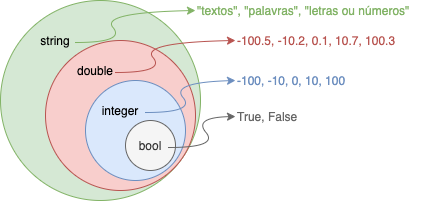
The draw.io diagram imagens/tipos.png in joselitofilho/aulas-programacao-modulo1, before a commit. Source tidied: cells renumbered, new cells last; positions are measured from the earlier drawing's top-left corner, leaving out a move shared by most shapes.
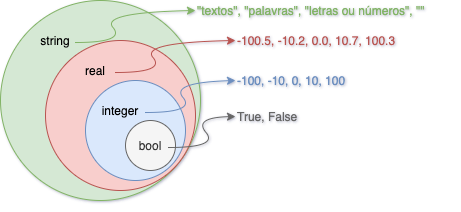
After the change.

The edit, as a diff of the source:
```diff
@@ -17,7 +17,7 @@
     <mxCell id="6" value="string" style="text;html=1;align=center;verticalAlign=middle;whiteSpace=wrap;rounded=0;fillColor=#d5e8d4;" parent="1" vertex="1">
       <mxGeometry x="35" y="30" width="40" height="20" as="geometry" />
     </mxCell>
-    <mxCell id="7" value="double" style="text;html=1;align=center;verticalAlign=middle;whiteSpace=wrap;rounded=0;fillColor=#f8cecc;" parent="1" vertex="1">
+    <mxCell id="7" value="real" style="text;html=1;align=center;verticalAlign=middle;whiteSpace=wrap;rounded=0;fillColor=#f8cecc;" parent="1" vertex="1">
       <mxGeometry x="75" y="60" width="40" height="20" as="geometry" />
     </mxCell>
     <mxCell id="8" value="integer" style="text;html=1;align=center;verticalAlign=middle;whiteSpace=wrap;rounded=0;fillColor=#dae8fc;" parent="1" vertex="1">
@@ -59,7 +59,7 @@
         </Array>
       </mxGeometry>
     </mxCell>
-    <mxCell id="15" value="-100.5, -10.2, 0.1, 10.7, 100.3" style="text;html=1;strokeColor=none;align=left;verticalAlign=middle;whiteSpace=wrap;rounded=0;fontColor=#B85450;" parent="1" vertex="1">
+    <mxCell id="15" value="-100.5, -10.2, 0.0, 10.7, 100.3" style="text;html=1;strokeColor=none;align=left;verticalAlign=middle;whiteSpace=wrap;rounded=0;fontColor=#B85450;" parent="1" vertex="1">
       <mxGeometry x="235" y="30" width="180" height="20" as="geometry" />
     </mxCell>
     <mxCell id="16" style="curved=1;endArrow=classic;html=1;fillColor=#d5e8d4;strokeColor=#82b366;entryX=0;entryY=0.5;entryDx=0;entryDy=0;" parent="1" edge="1" target="17">
@@ -71,8 +71,8 @@
         </Array>
       </mxGeometry>
     </mxCell>
-    <mxCell id="17" value="&quot;textos&quot;, &quot;palavras&quot;, &quot;letras ou números&quot;" style="text;html=1;strokeColor=none;align=left;verticalAlign=middle;whiteSpace=wrap;rounded=0;fontColor=#82B366;" parent="1" vertex="1">
-      <mxGeometry x="195" width="230" height="20" as="geometry" />
+    <mxCell id="17" value="&quot;textos&quot;, &quot;palavras&quot;, &quot;letras ou números&quot;, &quot;&quot;" style="text;html=1;strokeColor=none;align=left;verticalAlign=middle;whiteSpace=wrap;rounded=0;fontColor=#82B366;" parent="1" vertex="1">
+      <mxGeometry x="195" width="254" height="20" as="geometry" />
     </mxCell>
   </root>
 </mxGraphModel>
```
